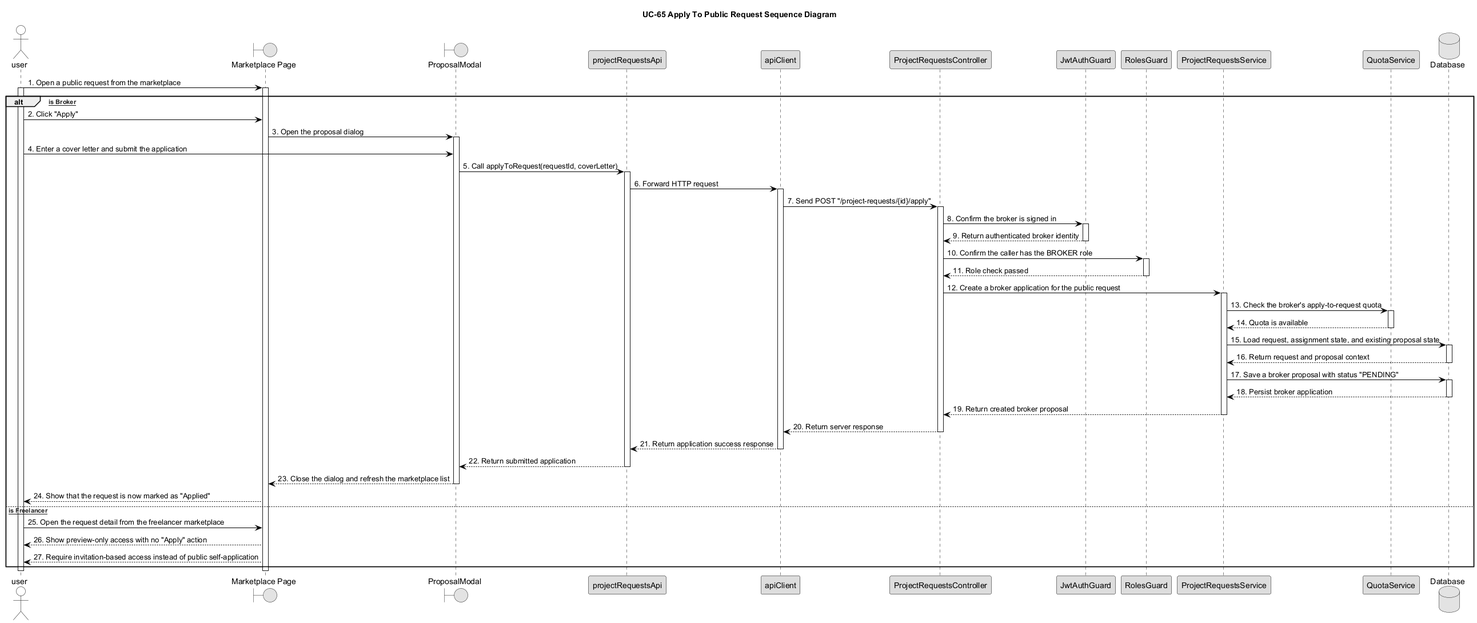
The PlantUML diagram diagram/sequence/UC65_Apply_To_Public_Request_Sequence_Diagram.png in bangdcce/SEP492-Project, before a commit.
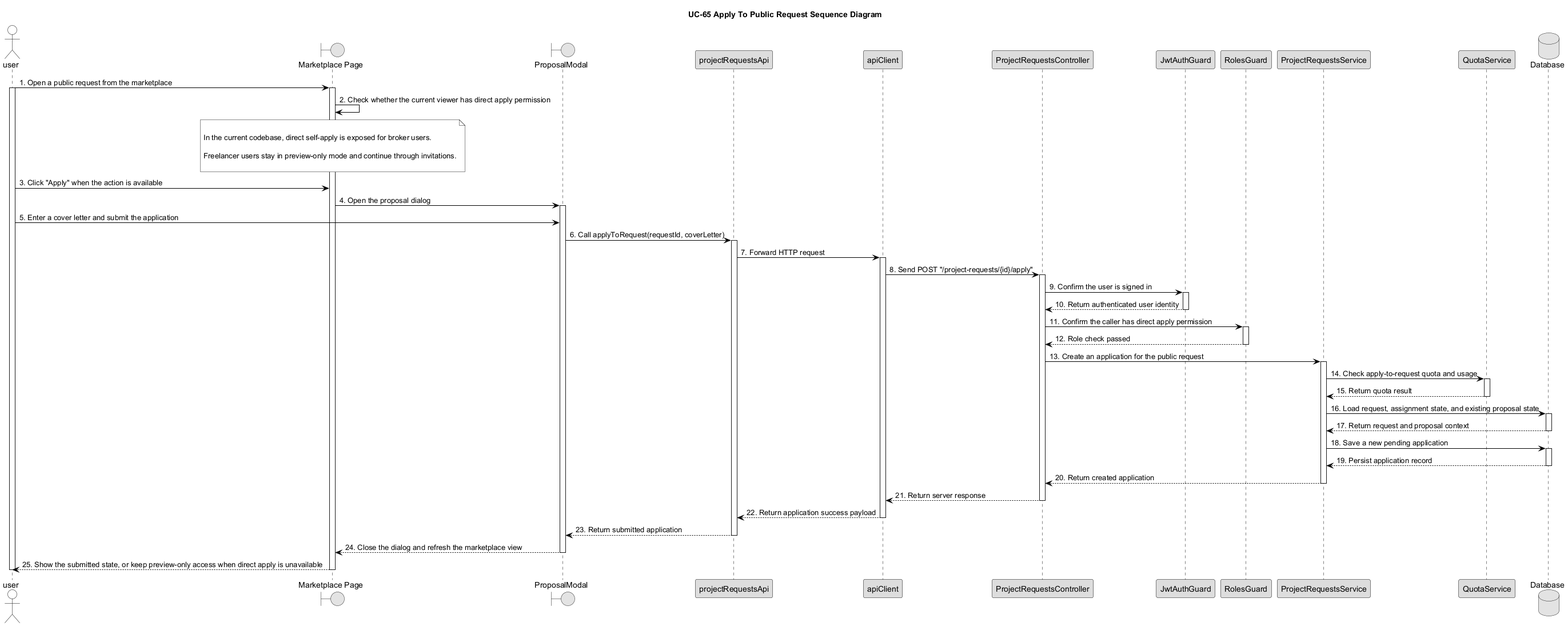
Above is the later version.

What changed in the source:
```diff
@@ -4,11 +4,7 @@
 
 skinparam monochrome true
 
-
-
 skinparam defaultFontColor Black
-
-
 
 skinparam shadowing false
 
@@ -16,61 +12,35 @@
 
 skinparam sequence {
 
-
-
     ArrowColor Black
-
-
 
     LifeLineBorderColor Black
 
-
-
     LifeLineBackgroundColor White
-
-
 
     ParticipantBorderColor Black
 
-
-
     ParticipantBackgroundColor #DDDDDD
-
-
 
     ParticipantFontColor Black
 
-
-
     ActorBorderColor Black
-
-
 
     ActorBackgroundColor White
 
-
-
     ActorFontColor Black
-
-
 
     GroupHeaderFontColor Black
 
-
-
     GroupHeaderBackgroundColor White
-
-
 
     GroupBodyBackgroundColor White
 
+    GroupBorderColor Black
+
+}
 
 
-    GroupBorderColor Black
-
-
-
-}
 
 
 
@@ -80,43 +50,23 @@
 
 actor user
 
-
-
 boundary "Marketplace Page" as Page
-
-
 
 boundary "ProposalModal" as ProposalModal
 
-
-
 participant "projectRequestsApi" as RequestsAPI
-
-
 
 participant "apiClient" as ApiClient
 
-
-
 participant "ProjectRequestsController" as Controller
-
-
 
 participant "JwtAuthGuard" as JWTGuard
 
-
-
 participant "RolesGuard" as RolesGuard
-
-
 
 participant "ProjectRequestsService" as Service
 
-
-
 participant "QuotaService" as QuotaService
-
-
 
 database "Database" as DB
 
@@ -124,215 +74,107 @@
 
 user -> Page : 1. Open a public request from the marketplace
 
-
-
 activate user
-
-
 
 activate Page
 
+Page -> Page : 2. Check whether the current viewer has direct apply permission
 
+note over Page
 
-alt [User is Broker]
+In the current codebase, direct self-apply is exposed for broker users.
 
+Freelancer users stay in preview-only mode and continue through invitations.
 
+end note
 
-    user -> Page : 2. Click "Apply"
+user -> Page : 3. Click "Apply" when the action is available
 
+Page -> ProposalModal : 4. Open the proposal dialog
 
+activate ProposalModal
 
-    Page -> ProposalModal : 3. Open the proposal dialog
+user -> ProposalModal : 5. Enter a cover letter and submit the application
 
+ProposalModal -> RequestsAPI : 6. Call applyToRequest(requestId, coverLetter)
 
+activate RequestsAPI
 
-    activate ProposalModal
+RequestsAPI -> ApiClient : 7. Forward HTTP request
 
+activate ApiClient
 
+ApiClient -> Controller : 8. Send POST "/project-requests/{id}/apply"
 
-    user -> ProposalModal : 4. Enter a cover letter and submit the application
+activate Controller
 
+Controller -> JWTGuard : 9. Confirm the user is signed in
 
+activate JWTGuard
 
-    ProposalModal -> RequestsAPI : 5. Call applyToRequest(requestId, coverLetter)
+JWTGuard --> Controller : 10. Return authenticated user identity
 
+deactivate JWTGuard
 
+Controller -> RolesGuard : 11. Confirm the caller has direct apply permission
 
-    activate RequestsAPI
+activate RolesGuard
 
+RolesGuard --> Controller : 12. Role check passed
 
+deactivate RolesGuard
 
-    RequestsAPI -> ApiClient : 6. Forward HTTP request
+Controller -> Service : 13. Create an application for the public request
 
+activate Service
 
+Service -> QuotaService : 14. Check apply-to-request quota and usage
 
-    activate ApiClient
+activate QuotaService
 
+QuotaService --> Service : 15. Return quota result
 
+deactivate QuotaService
 
-    ApiClient -> Controller : 7. Send POST "/project-requests/{id}/apply"
+Service -> DB : 16. Load request, assignment state, and existing proposal state
 
+activate DB
 
+DB --> Service : 17. Return request and proposal context
 
-    activate Controller
+deactivate DB
 
+Service -> DB : 18. Save a new pending application
 
+activate DB
 
-    Controller -> JWTGuard : 8. Confirm the broker is signed in
+DB --> Service : 19. Persist application record
 
+deactivate DB
 
+Service --> Controller : 20. Return created application
 
-    activate JWTGuard
+deactivate Service
 
+Controller --> ApiClient : 21. Return server response
 
+deactivate Controller
 
-    JWTGuard --> Controller : 9. Return authenticated broker identity
+ApiClient --> RequestsAPI : 22. Return application success payload
 
+deactivate ApiClient
 
+RequestsAPI --> ProposalModal : 23. Return submitted application
 
-    deactivate JWTGuard
+deactivate RequestsAPI
 
+ProposalModal --> Page : 24. Close the dialog and refresh the marketplace view
 
+deactivate ProposalModal
 
-    Controller -> RolesGuard : 10. Confirm the caller has the BROKER role
-
-
-
-    activate RolesGuard
-
-
-
-    RolesGuard --> Controller : 11. Role check passed
-
-
-
-    deactivate RolesGuard
-
-
-
-    Controller -> Service : 12. Create a broker application for the public request
-
-
-
-    activate Service
-
-
-
-    Service -> QuotaService : 13. Check the broker's apply-to-request quota
-
-
-
-    activate QuotaService
-
-
-
-    QuotaService --> Service : 14. Quota is available
-
-
-
-    deactivate QuotaService
-
-
-
-    Service -> DB : 15. Load request, assignment state, and existing proposal state
-
-
-
-    activate DB
-
-
-
-    DB --> Service : 16. Return request and proposal context
-
-
-
-    deactivate DB
-
-
-
-    Service -> DB : 17. Save a broker proposal with status "PENDING"
-
-
-
-    activate DB
-
-
-
-    DB --> Service : 18. Persist broker application
-
-
-
-    deactivate DB
-
-
-
-    Service --> Controller : 19. Return created broker proposal
-
-
-
-    deactivate Service
-
-
-
-    Controller --> ApiClient : 20. Return server response
-
-
-
-    deactivate Controller
-
-
-
-    ApiClient --> RequestsAPI : 21. Return application success response
-
-
-
-    deactivate ApiClient
-
-
-
-    RequestsAPI --> ProposalModal : 22. Return submitted application
-
-
-
-    deactivate RequestsAPI
-
-
-
-    ProposalModal --> Page : 23. Close the dialog and refresh the marketplace list
-
-
-
-    deactivate ProposalModal
-
-
-
-    Page --> user : 24. Show that the request is now marked as "Applied"
-
-
-
-else [User is Freelancer]
-
-
-
-    user -> Page : 25. Open the request detail from the freelancer marketplace
-
-
-
-    Page --> user : 26. Show preview-only access with no "Apply" action
-
-
-
-    Page --> user : 27. Require invitation-based access instead of public self-application
-
-
-
-end
-
-
+Page --> user : 25. Show the submitted state, or keep preview-only access when direct apply is unavailable
 
 deactivate Page
-
-
 
 deactivate user
 
```
